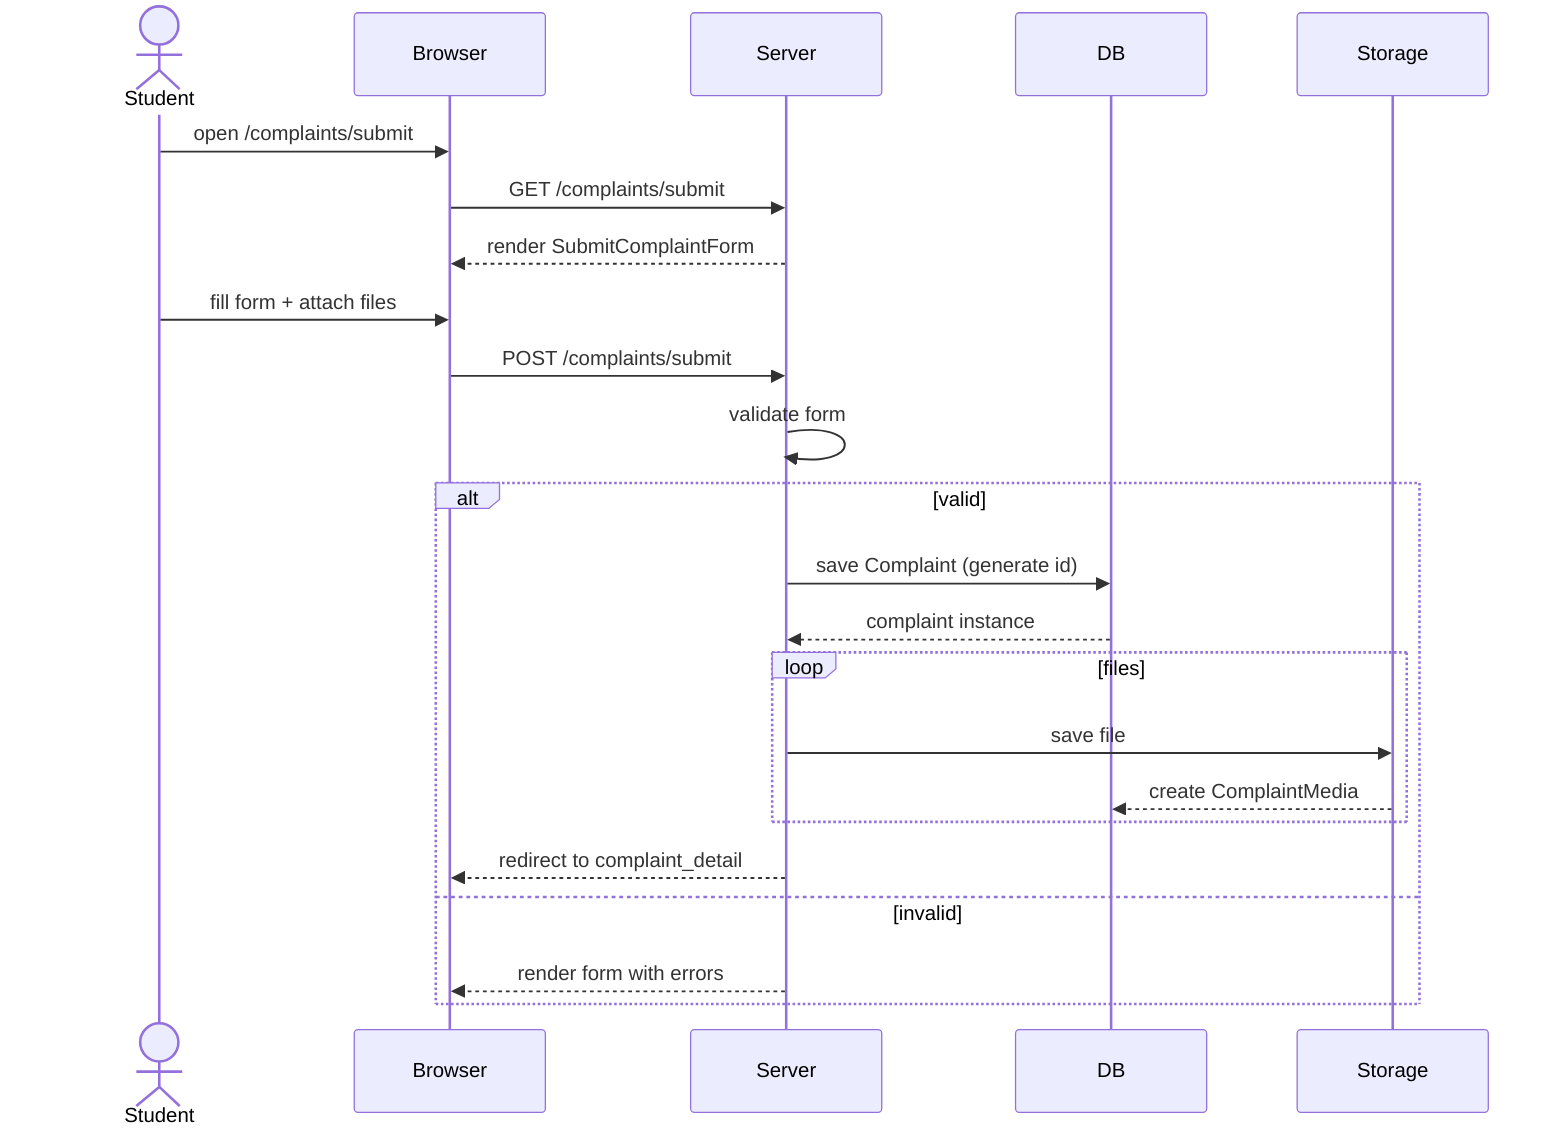
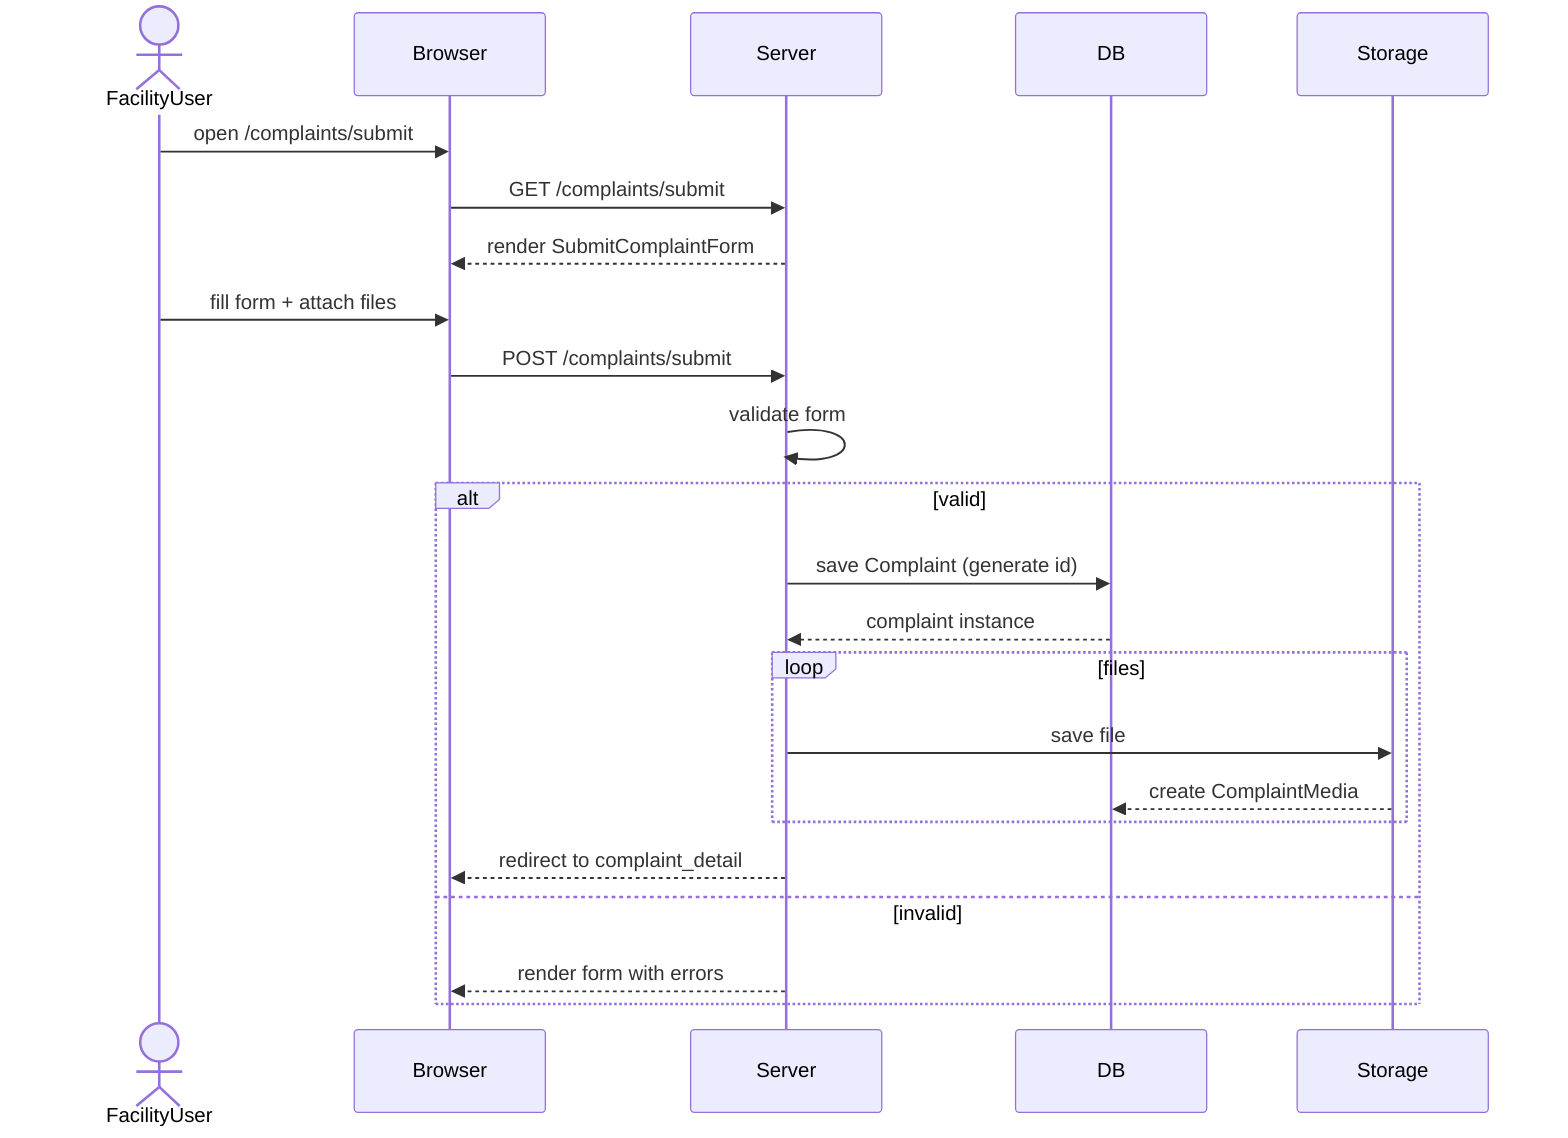
sequenceDiagram
-     actor Student
+     actor FacilityUser
    participant Browser
    participant Server
    participant DB
    participant Storage

-     Student->>Browser: open /complaints/submit
+     FacilityUser->>Browser: open /complaints/submit
    Browser->>Server: GET /complaints/submit
    Server-->>Browser: render SubmitComplaintForm

-     Student->>Browser: fill form + attach files
+     FacilityUser->>Browser: fill form + attach files
    Browser->>Server: POST /complaints/submit
    Server->>Server: validate form
    alt valid
        Server->>DB: save Complaint (generate id)
        DB-->>Server: complaint instance
        loop files
            Server->>Storage: save file
            Storage-->>DB: create ComplaintMedia
        end
        Server-->>Browser: redirect to complaint_detail
    else invalid
        Server-->>Browser: render form with errors
    end
